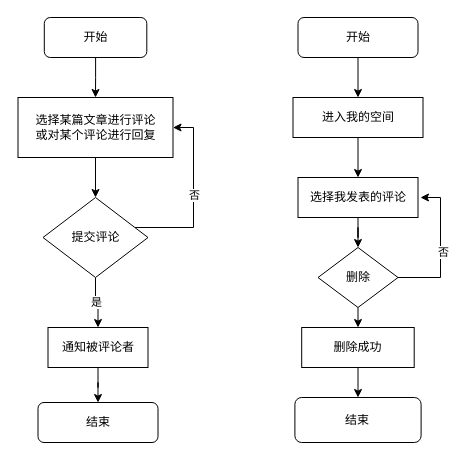
JohnnyLin12/GJR_BBS keeps this draw.io diagram as comment_mange_flowchart.drawio. Above is the earlier version. Source tidied: cells renumbered, new cells numbered last; positions are measured from the earlier drawing's top-left corner, leaving out a move shared by most shapes. Both pictures are drawn from the tidied source at 100%, with x=0, y=0 at pixel (18, 17).
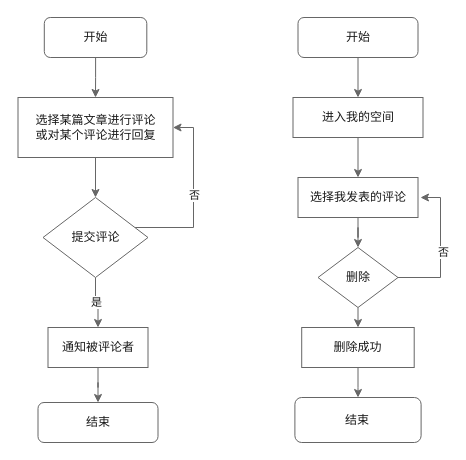
The same diagram, later.

The edit, as a diff of the source:
```diff
@@
-    <mxCell id="2" style="edgeStyle=orthogonalEdgeStyle;rounded=0;jettySize=auto;html=1;" parent="1" edge="1" source="3" target="5">
+    <mxCell id="2" style="edgeStyle=orthogonalEdgeStyle;rounded=0;jettySize=auto;html=1;fontColor=#1A1A1A;strokeColor=#666666;" parent="1" edge="1" source="3" target="5">
       <mxGeometry relative="1" as="geometry" />
     </mxCell>
-    <mxCell id="3" value="开始" style="rounded=1;whiteSpace=wrap;html=1;" parent="1" vertex="1">
+    <mxCell id="3" value="开始" style="rounded=1;whiteSpace=wrap;html=1;fontColor=#1A1A1A;strokeColor=#666666;" parent="1" vertex="1">
       <mxGeometry x="25.8" width="102.5" height="40" as="geometry" />
     </mxCell>
-    <mxCell id="4" style="edgeStyle=orthogonalEdgeStyle;rounded=0;jettySize=auto;html=1;" parent="1" edge="1" source="5" target="9">
+    <mxCell id="4" style="edgeStyle=orthogonalEdgeStyle;rounded=0;jettySize=auto;html=1;fontColor=#1A1A1A;strokeColor=#666666;" parent="1" edge="1" source="5" target="9">
       <mxGeometry relative="1" as="geometry" />
     </mxCell>
-    <mxCell id="5" value="选择某篇文章进行评论&lt;br&gt;或对某个评论进行回复" style="whiteSpace=wrap;html=1;rounded=0;" parent="1" vertex="1">
+    <mxCell id="5" value="选择某篇文章进行评论&lt;br&gt;或对某个评论进行回复" style="whiteSpace=wrap;html=1;rounded=0;fontColor=#1A1A1A;strokeColor=#666666;" parent="1" vertex="1">
       <mxGeometry x="-0.5" y="80" width="155" height="60" as="geometry" />
     </mxCell>
-    <mxCell id="6" value="是" style="edgeStyle=orthogonalEdgeStyle;rounded=0;jettySize=auto;html=1;exitX=0.5;exitY=1;exitDx=0;exitDy=0;" parent="1" edge="1" source="9" target="11">
+    <mxCell id="6" value="是" style="edgeStyle=orthogonalEdgeStyle;rounded=0;jettySize=auto;html=1;exitX=0.5;exitY=1;exitDx=0;exitDy=0;fontColor=#1A1A1A;strokeColor=#666666;" parent="1" edge="1" source="9" target="11">
       <mxGeometry relative="1" as="geometry" />
     </mxCell>
-    <mxCell id="7" style="edgeStyle=orthogonalEdgeStyle;rounded=0;jettySize=auto;html=1;entryX=1;entryY=0.5;entryDx=0;entryDy=0;" parent="1" edge="1" source="9" target="5">
+    <mxCell id="7" style="edgeStyle=orthogonalEdgeStyle;rounded=0;jettySize=auto;html=1;entryX=1;entryY=0.5;entryDx=0;entryDy=0;fontColor=#1A1A1A;strokeColor=#666666;" parent="1" edge="1" source="9" target="5">
       <mxGeometry relative="1" as="geometry">
         <Array as="points">
           <mxPoint x="175" y="210" />
           <mxPoint x="175" y="110" />
         </Array>
       </mxGeometry>
     </mxCell>
-    <mxCell id="8" value="否" style="edgeLabel;html=1;align=center;verticalAlign=middle;" parent="7" vertex="1">
+    <mxCell id="8" value="否" style="edgeLabel;html=1;align=center;verticalAlign=middle;fontColor=#1A1A1A;strokeColor=#666666;" parent="7" vertex="1">
       <mxGeometry x="0.02" relative="1" as="geometry" />
     </mxCell>
-    <mxCell id="9" value="提交评论" style="rhombus;whiteSpace=wrap;html=1;rounded=0;" parent="1" vertex="1">
+    <mxCell id="9" value="提交评论" style="rhombus;whiteSpace=wrap;html=1;rounded=0;fontColor=#1A1A1A;strokeColor=#666666;" parent="1" vertex="1">
       <mxGeometry x="24.5" y="180" width="105" height="80" as="geometry" />
     </mxCell>
-    <mxCell id="10" style="edgeStyle=orthogonalEdgeStyle;rounded=0;jettySize=auto;html=1;" parent="1" edge="1" source="11" target="12">
+    <mxCell id="10" style="edgeStyle=orthogonalEdgeStyle;rounded=0;jettySize=auto;html=1;fontColor=#1A1A1A;strokeColor=#666666;" parent="1" edge="1" source="11" target="12">
       <mxGeometry relative="1" as="geometry" />
     </mxCell>
-    <mxCell id="11" value="通知被评论者" style="whiteSpace=wrap;html=1;rounded=0;" parent="1" vertex="1">
+    <mxCell id="11" value="通知被评论者" style="whiteSpace=wrap;html=1;rounded=0;fontColor=#1A1A1A;strokeColor=#666666;" parent="1" vertex="1">
       <mxGeometry x="29.5" y="310" width="100" height="40" as="geometry" />
     </mxCell>
-    <mxCell id="12" value="结束" style="whiteSpace=wrap;html=1;rounded=1;shadow=0;" parent="1" vertex="1">
+    <mxCell id="12" value="结束" style="whiteSpace=wrap;html=1;rounded=1;shadow=0;fontColor=#1A1A1A;strokeColor=#666666;" parent="1" vertex="1">
       <mxGeometry x="19.5" y="385" width="120" height="40" as="geometry" />
     </mxCell>
-    <mxCell id="13" style="edgeStyle=orthogonalEdgeStyle;rounded=0;jettySize=auto;html=1;" parent="1" edge="1" source="14" target="16">
+    <mxCell id="13" style="edgeStyle=orthogonalEdgeStyle;rounded=0;jettySize=auto;html=1;fontColor=#1A1A1A;strokeColor=#666666;" parent="1" edge="1" source="14" target="16">
       <mxGeometry relative="1" as="geometry" />
     </mxCell>
-    <mxCell id="14" value="开始" style="rounded=1;whiteSpace=wrap;html=1;" parent="1" vertex="1">
+    <mxCell id="14" value="开始" style="rounded=1;whiteSpace=wrap;html=1;fontColor=#1A1A1A;strokeColor=#666666;" parent="1" vertex="1">
       <mxGeometry x="279.5" width="120" height="40" as="geometry" />
     </mxCell>
-    <mxCell id="15" style="edgeStyle=orthogonalEdgeStyle;rounded=0;jettySize=auto;html=1;" parent="1" edge="1" source="16" target="18">
+    <mxCell id="15" style="edgeStyle=orthogonalEdgeStyle;rounded=0;jettySize=auto;html=1;fontColor=#1A1A1A;strokeColor=#666666;" parent="1" edge="1" source="16" target="18">
       <mxGeometry relative="1" as="geometry" />
     </mxCell>
-    <mxCell id="16" value="进入我的空间" style="whiteSpace=wrap;html=1;rounded=0;" parent="1" vertex="1">
+    <mxCell id="16" value="进入我的空间" style="whiteSpace=wrap;html=1;rounded=0;fontColor=#1A1A1A;strokeColor=#666666;" parent="1" vertex="1">
       <mxGeometry x="274.5" y="80" width="130" height="40" as="geometry" />
     </mxCell>
-    <mxCell id="17" style="edgeStyle=orthogonalEdgeStyle;rounded=0;jettySize=auto;html=1;" parent="1" edge="1" source="18" target="22">
+    <mxCell id="17" style="edgeStyle=orthogonalEdgeStyle;rounded=0;jettySize=auto;html=1;fontColor=#1A1A1A;strokeColor=#666666;" parent="1" edge="1" source="18" target="22">
       <mxGeometry relative="1" as="geometry" />
     </mxCell>
-    <mxCell id="18" value="&lt;span&gt;选择我发表的评论&lt;/span&gt;" style="whiteSpace=wrap;html=1;rounded=0;" parent="1" vertex="1">
+    <mxCell id="18" value="&lt;span&gt;选择我发表的评论&lt;/span&gt;" style="whiteSpace=wrap;html=1;rounded=0;fontColor=#1A1A1A;strokeColor=#666666;" parent="1" vertex="1">
       <mxGeometry x="279.5" y="160" width="120" height="40" as="geometry" />
     </mxCell>
-    <mxCell id="19" style="edgeStyle=orthogonalEdgeStyle;rounded=0;jettySize=auto;html=1;" parent="1" edge="1" source="22">
+    <mxCell id="19" style="edgeStyle=orthogonalEdgeStyle;rounded=0;jettySize=auto;html=1;fontColor=#1A1A1A;strokeColor=#666666;" parent="1" edge="1" source="22">
       <mxGeometry relative="1" as="geometry">
         <mxPoint x="402" y="180" as="targetPoint" />
         <Array as="points">
           <mxPoint x="422" y="260" />
           <mxPoint x="422" y="180" />
         </Array>
       </mxGeometry>
     </mxCell>
-    <mxCell id="20" value="否" style="edgeLabel;html=1;align=center;verticalAlign=middle;" parent="19" vertex="1">
+    <mxCell id="20" value="否" style="edgeLabel;html=1;align=center;verticalAlign=middle;fontColor=#1A1A1A;strokeColor=#666666;" parent="19" vertex="1">
       <mxGeometry x="-0.04" y="-2" relative="1" as="geometry" />
     </mxCell>
-    <mxCell id="21" style="edgeStyle=orthogonalEdgeStyle;rounded=0;jettySize=auto;html=1;" parent="1" edge="1" source="22" target="24">
+    <mxCell id="21" style="edgeStyle=orthogonalEdgeStyle;rounded=0;jettySize=auto;html=1;fontColor=#1A1A1A;strokeColor=#666666;" parent="1" edge="1" source="22" target="24">
       <mxGeometry relative="1" as="geometry" />
     </mxCell>
-    <mxCell id="22" value="删除" style="rhombus;whiteSpace=wrap;html=1;rounded=0;" parent="1" vertex="1">
+    <mxCell id="22" value="删除" style="rhombus;whiteSpace=wrap;html=1;rounded=0;fontColor=#1A1A1A;strokeColor=#666666;" parent="1" vertex="1">
       <mxGeometry x="299.5" y="230" width="80" height="60" as="geometry" />
     </mxCell>
-    <mxCell id="23" style="edgeStyle=orthogonalEdgeStyle;rounded=0;jettySize=auto;html=1;" parent="1" edge="1" source="24" target="25">
+    <mxCell id="23" style="edgeStyle=orthogonalEdgeStyle;rounded=0;jettySize=auto;html=1;fontColor=#1A1A1A;strokeColor=#666666;" parent="1" edge="1" source="24" target="25">
       <mxGeometry relative="1" as="geometry" />
     </mxCell>
-    <mxCell id="24" value="删除成功" style="whiteSpace=wrap;html=1;rounded=0;" parent="1" vertex="1">
+    <mxCell id="24" value="删除成功" style="whiteSpace=wrap;html=1;rounded=0;fontColor=#1A1A1A;strokeColor=#666666;" parent="1" vertex="1">
       <mxGeometry x="283.2" y="310" width="112.5" height="40" as="geometry" />
     </mxCell>
-    <mxCell id="25" value="结束" style="whiteSpace=wrap;html=1;rounded=1;" parent="1" vertex="1">
+    <mxCell id="25" value="结束" style="whiteSpace=wrap;html=1;rounded=1;fontColor=#1A1A1A;strokeColor=#666666;" parent="1" vertex="1">
       <mxGeometry x="276.4" y="380" width="126.2" height="45" as="geometry" />
     </mxCell>
```
